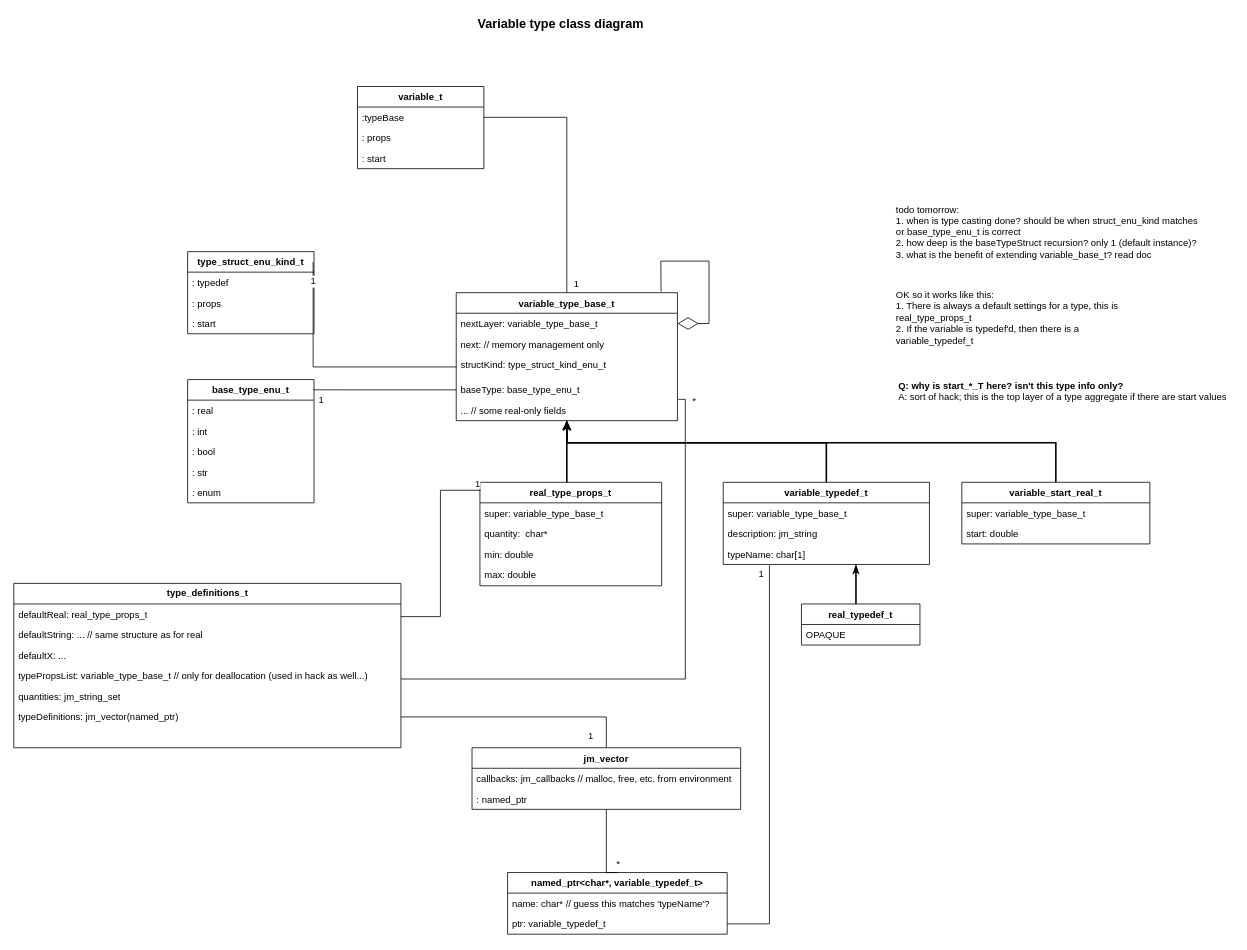
Above: page "variable_class" (1 of 4) of dev/diagrams/diagrams.drawio in modelon-community/fmi-library (draw.io), before the change. Source tidied: cells renumbered, new cells numbered last; positions are measured from the earlier drawing's top-left corner, leaving out a move shared by most shapes. Both pictures are drawn from the tidied source at 79%, with x=0, y=0 at pixel (13, 13).
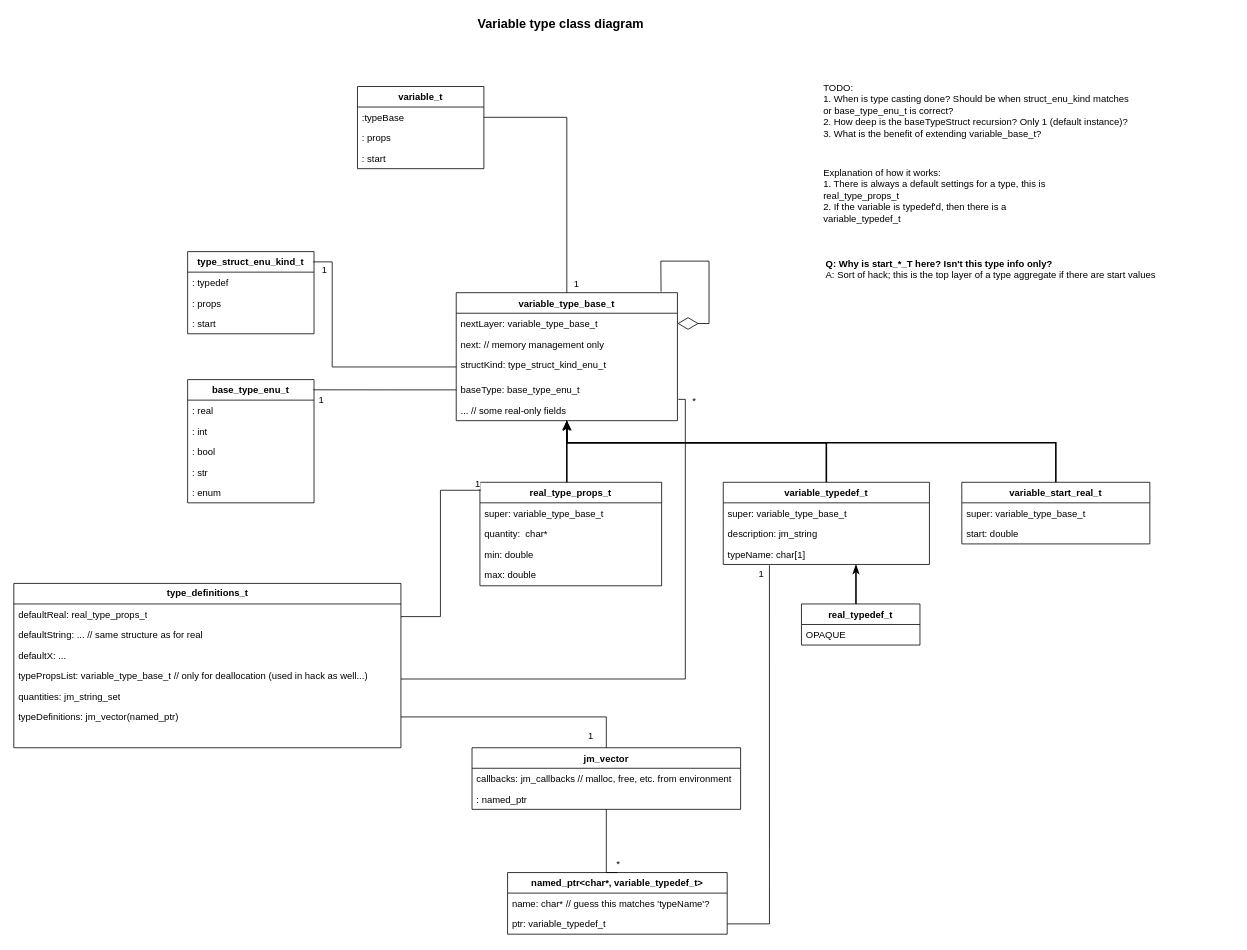
Above is the later version.

Unchanged cells that the change refers to:
```xml
<mxCell id="20" value="structKind: type_struct_kind_enu_t" style="text;strokeColor=none;fillColor=none;align=left;verticalAlign=top;spacingLeft=4;spacingRight=4;overflow=hidden;points=[[0,0.5],[1,0.5]];portConstraint=eastwest;" parent="17" vertex="1">
  <mxGeometry y="78" width="280" height="32" as="geometry" />
</mxCell>
<mxCell id="24" value="type_struct_enu_kind_t" style="swimlane;fontStyle=1;horizontal=1;startSize=26;fillColor=none;" parent="1" vertex="1">
  <mxGeometry x="220" y="301" width="160" height="104" as="geometry" />
</mxCell>
```

What changed in the source:
```diff
@@
     <mxCell id="28" style="edgeStyle=orthogonalEdgeStyle;rounded=0;jettySize=auto;html=1;entryX=0.993;entryY=0.125;entryDx=0;entryDy=0;entryPerimeter=0;endArrow=none;endFill=0;" parent="1" edge="1" source="20" target="24">
-      <mxGeometry relative="1" as="geometry" />
+      <mxGeometry relative="1" as="geometry">
+        <Array as="points">
+          <mxPoint x="403" y="447" />
+          <mxPoint x="403" y="314" />
+        </Array>
+      </mxGeometry>
     </mxCell>
@@
-    <mxCell id="64" value="todo tomorrow:&lt;br&gt;1. when is type casting done? should be when struct_enu_kind matches&lt;br&gt;or base_type_enu_t is correct&lt;br&gt;2. how deep is the baseTypeStruct recursion? only 1 (default instance)?&lt;br&gt;3. what is the benefit of extending variable_base_t? read doc" style="text;html=1;align=left;verticalAlign=top;spacingTop=-4;fontSize=12;fontFamily=Helvetica;" parent="1" vertex="1">
-      <mxGeometry x="1115" y="238" width="392" height="70" as="geometry" />
+    <mxCell id="64" value="TODO:&lt;br&gt;1. When is type casting done? Should be when struct_enu_kind matches&lt;br&gt;or base_type_enu_t is correct?&lt;br&gt;2. How deep is the baseTypeStruct recursion? Only 1 (default instance)?&lt;br&gt;3. What is the benefit of extending variable_base_t?" style="text;html=1;align=left;verticalAlign=top;spacingTop=-4;fontSize=12;fontFamily=Helvetica;" parent="1" vertex="1">
+      <mxGeometry x="1023" y="84" width="405" height="78" as="geometry" />
     </mxCell>
-    <mxCell id="65" value="OK so it works like this:&lt;br&gt;1. There is always a default settings for a type, this is&lt;br&gt;real_type_props_t&lt;br&gt;2. If the variable is typedef'd, then there is a&lt;br&gt;variable_typedef_t&amp;nbsp;" style="text;html=1;align=left;verticalAlign=top;spacingTop=-4;" parent="1" vertex="1">
-      <mxGeometry x="1115" y="346" width="291" height="70" as="geometry" />
+    <mxCell id="65" value="Explanation of how it works:&lt;br&gt;1. There is always a default settings for a type, this is&lt;br&gt;real_type_props_t&lt;br&gt;2. If the variable is typedef'd, then there is a&lt;br&gt;variable_typedef_t&amp;nbsp;" style="text;html=1;align=left;verticalAlign=top;spacingTop=-4;" parent="1" vertex="1">
+      <mxGeometry x="1023" y="192" width="299" height="78" as="geometry" />
     </mxCell>
@@
-    <mxCell id="72" value="&lt;b&gt;Q: why is start_*_T here? isn't this type info only?&lt;/b&gt;&lt;br&gt;A: sort of hack; this is the top layer of a type aggregate if there are start values" style="text;html=1;align=left;verticalAlign=top;spacingTop=-4;" parent="1" vertex="1">
-      <mxGeometry x="1118" y="461" width="426" height="28" as="geometry" />
+    <mxCell id="72" value="&lt;b&gt;Q: Why is start_*_T here? Isn't this type info only?&lt;/b&gt;&lt;br&gt;A: Sort of hack; this is the top layer of a type aggregate if there are start values" style="text;html=1;align=left;verticalAlign=top;spacingTop=-4;" parent="1" vertex="1">
+      <mxGeometry x="1026" y="307" width="436" height="35" as="geometry" />
     </mxCell>
```
